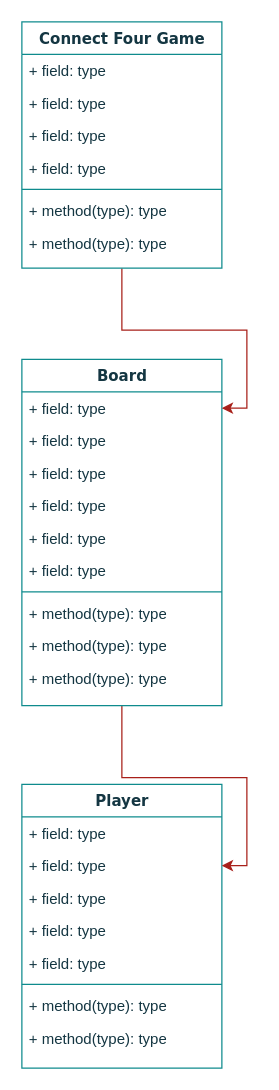
Above: connectFourGameUML.drawio in MsRodrigP/webpages (draw.io), before the change. Source tidied: cells renumbered, new cells numbered last; positions are measured from the earlier drawing's top-left corner, leaving out a move shared by most shapes. Both pictures are drawn from the tidied source at 125%, with x=0, y=0 at pixel (21, 21).
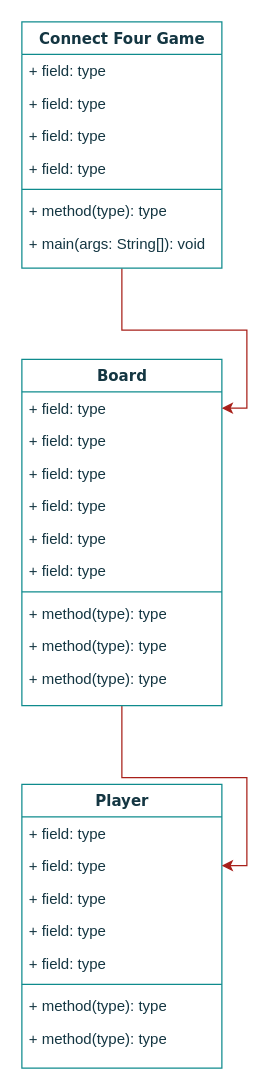
The same page after the edit.

The change refers to these unchanged cells:
```xml
<mxCell id="24" value="Connect Four Game" style="swimlane;html=1;fontStyle=1;align=center;verticalAlign=top;horizontal=1;startSize=26;swimlaneFillColor=#ffffff;rounded=0;shadow=0;comic=0;labelBackgroundColor=none;strokeWidth=1;fillColor=none;fontFamily=Verdana;fontSize=12;strokeColor=#0F8B8D;fontColor=#143642;" parent="1" vertex="1">
  <mxGeometry width="160" height="197" as="geometry" />
</mxCell>
```

The edit, as a diff of the source:
```diff
@@
-    <mxCell id="31" value="+ method(type): type" style="text;html=1;strokeColor=none;fillColor=none;align=left;verticalAlign=top;spacingLeft=4;spacingRight=4;whiteSpace=wrap;overflow=hidden;labelBackgroundColor=none;fontColor=#143642;" parent="24" vertex="1">
+    <mxCell id="31" value="+ main(args: String[]): void" style="text;html=1;strokeColor=none;fillColor=none;align=left;verticalAlign=top;spacingLeft=4;spacingRight=4;whiteSpace=wrap;overflow=hidden;labelBackgroundColor=none;fontColor=#143642;" parent="24" vertex="1">
       <mxGeometry y="164" width="160" height="26" as="geometry" />
     </mxCell>
```
